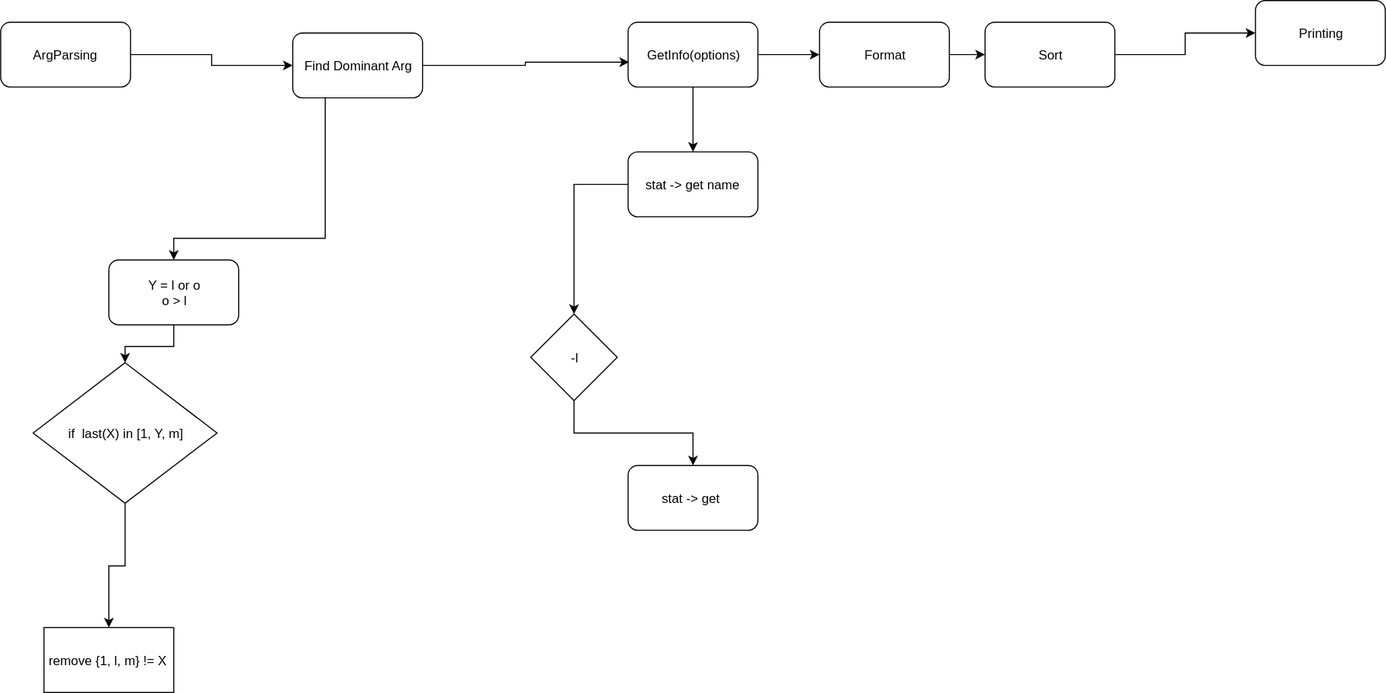
EPgg92/ft_ls keeps this draw.io diagram as workflow.svg. Above is the earlier version. Source tidied: cells renumbered, new cells last; positions are measured from the earlier drawing's top-left corner, leaving out a move shared by most shapes. Source of this version:
```xml
<mxGraphModel>
  <root>
    <mxCell id="0" />
    <mxCell id="1" parent="0" />
    <mxCell id="2" style="edgeStyle=orthogonalEdgeStyle;rounded=0;html=1;jettySize=auto;entryX=0;entryY=0.5;" parent="1" edge="1" source="3" target="14">
      <mxGeometry relative="1" as="geometry" />
    </mxCell>
    <mxCell id="3" value="ArgParsing" style="rounded=1;whiteSpace=wrap;html=1;" parent="1" vertex="1">
      <mxGeometry y="20" width="120" height="60" as="geometry" />
    </mxCell>
    <mxCell id="4" style="edgeStyle=orthogonalEdgeStyle;rounded=0;html=1;jettySize=auto;" parent="1" edge="1" source="6" target="8">
      <mxGeometry relative="1" as="geometry" />
    </mxCell>
    <mxCell id="5" style="edgeStyle=orthogonalEdgeStyle;rounded=0;html=1;jettySize=auto;" parent="1" edge="1" source="6" target="16">
      <mxGeometry relative="1" as="geometry" />
    </mxCell>
    <mxCell id="6" value="GetInfo(options)" style="rounded=1;whiteSpace=wrap;html=1;" parent="1" vertex="1">
      <mxGeometry x="580" y="20" width="120" height="60" as="geometry" />
    </mxCell>
    <mxCell id="7" style="edgeStyle=orthogonalEdgeStyle;rounded=0;html=1;jettySize=auto;" parent="1" edge="1" source="8" target="10">
      <mxGeometry relative="1" as="geometry" />
    </mxCell>
    <mxCell id="8" value="Format" style="rounded=1;whiteSpace=wrap;html=1;" parent="1" vertex="1">
      <mxGeometry x="757" y="20" width="120" height="60" as="geometry" />
    </mxCell>
    <mxCell id="9" style="edgeStyle=orthogonalEdgeStyle;rounded=0;html=1;jettySize=auto;" parent="1" edge="1" source="10" target="11">
      <mxGeometry relative="1" as="geometry" />
    </mxCell>
    <mxCell id="10" value="Sort" style="rounded=1;whiteSpace=wrap;html=1;" parent="1" vertex="1">
      <mxGeometry x="910" y="20" width="120" height="60" as="geometry" />
    </mxCell>
    <mxCell id="11" value="Printing" style="rounded=1;whiteSpace=wrap;html=1;" parent="1" vertex="1">
      <mxGeometry x="1160" width="120" height="60" as="geometry" />
    </mxCell>
    <mxCell id="12" style="edgeStyle=orthogonalEdgeStyle;rounded=0;html=1;jettySize=auto;entryX=0.008;entryY=0.617;entryPerimeter=0;" parent="1" edge="1" source="14" target="6">
      <mxGeometry relative="1" as="geometry" />
    </mxCell>
    <mxCell id="13" style="edgeStyle=orthogonalEdgeStyle;rounded=0;html=1;jettySize=auto;entryX=0.5;entryY=0;" parent="1" edge="1" source="14" target="24">
      <mxGeometry relative="1" as="geometry">
        <Array as="points">
          <mxPoint x="300" y="220" />
        </Array>
      </mxGeometry>
    </mxCell>
    <mxCell id="14" value="Find Dominant Arg" style="rounded=1;whiteSpace=wrap;html=1;" parent="1" vertex="1">
      <mxGeometry x="270" y="30" width="120" height="60" as="geometry" />
    </mxCell>
    <mxCell id="15" style="edgeStyle=orthogonalEdgeStyle;rounded=0;html=1;jettySize=auto;entryX=0.5;entryY=0;" parent="1" edge="1" source="16" target="19">
      <mxGeometry relative="1" as="geometry" />
    </mxCell>
    <mxCell id="16" value="stat -&amp;gt; get name" style="rounded=1;whiteSpace=wrap;html=1;" parent="1" vertex="1">
      <mxGeometry x="580" y="140" width="120" height="60" as="geometry" />
    </mxCell>
    <mxCell id="17" value="stat -&amp;gt; get&amp;nbsp;" style="rounded=1;whiteSpace=wrap;html=1;" parent="1" vertex="1">
      <mxGeometry x="580" y="430" width="120" height="60" as="geometry" />
    </mxCell>
    <mxCell id="18" style="edgeStyle=orthogonalEdgeStyle;rounded=0;html=1;jettySize=auto;exitX=0.5;exitY=1;" parent="1" edge="1" source="19" target="17">
      <mxGeometry relative="1" as="geometry" />
    </mxCell>
    <mxCell id="19" value="-l" style="rhombus;whiteSpace=wrap;html=1;" parent="1" vertex="1">
      <mxGeometry x="490" y="290" width="80" height="80" as="geometry" />
    </mxCell>
    <mxCell id="20" style="edgeStyle=orthogonalEdgeStyle;rounded=0;html=1;jettySize=auto;entryX=0.5;entryY=0;" parent="1" edge="1" source="21" target="22">
      <mxGeometry relative="1" as="geometry" />
    </mxCell>
    <mxCell id="21" value="if&amp;nbsp; last(X) in [1, Y, m]&lt;br&gt;" style="rhombus;whiteSpace=wrap;html=1;" parent="1" vertex="1">
      <mxGeometry x="30" y="335" width="170" height="130" as="geometry" />
    </mxCell>
    <mxCell id="22" value="remove {1, l, m} != X&amp;nbsp;" style="rounded=0;whiteSpace=wrap;html=1;" parent="1" vertex="1">
      <mxGeometry x="40" y="580" width="120" height="60" as="geometry" />
    </mxCell>
    <mxCell id="23" style="edgeStyle=orthogonalEdgeStyle;rounded=0;html=1;jettySize=auto;entryX=0.5;entryY=0;" parent="1" edge="1" source="24" target="21">
      <mxGeometry relative="1" as="geometry" />
    </mxCell>
    <mxCell id="24" value="Y = l or o&lt;br&gt;o &amp;gt; l&lt;br&gt;" style="rounded=1;whiteSpace=wrap;html=1;" parent="1" vertex="1">
      <mxGeometry x="100" y="240" width="120" height="60" as="geometry" />
    </mxCell>
  </root>
</mxGraphModel>
```
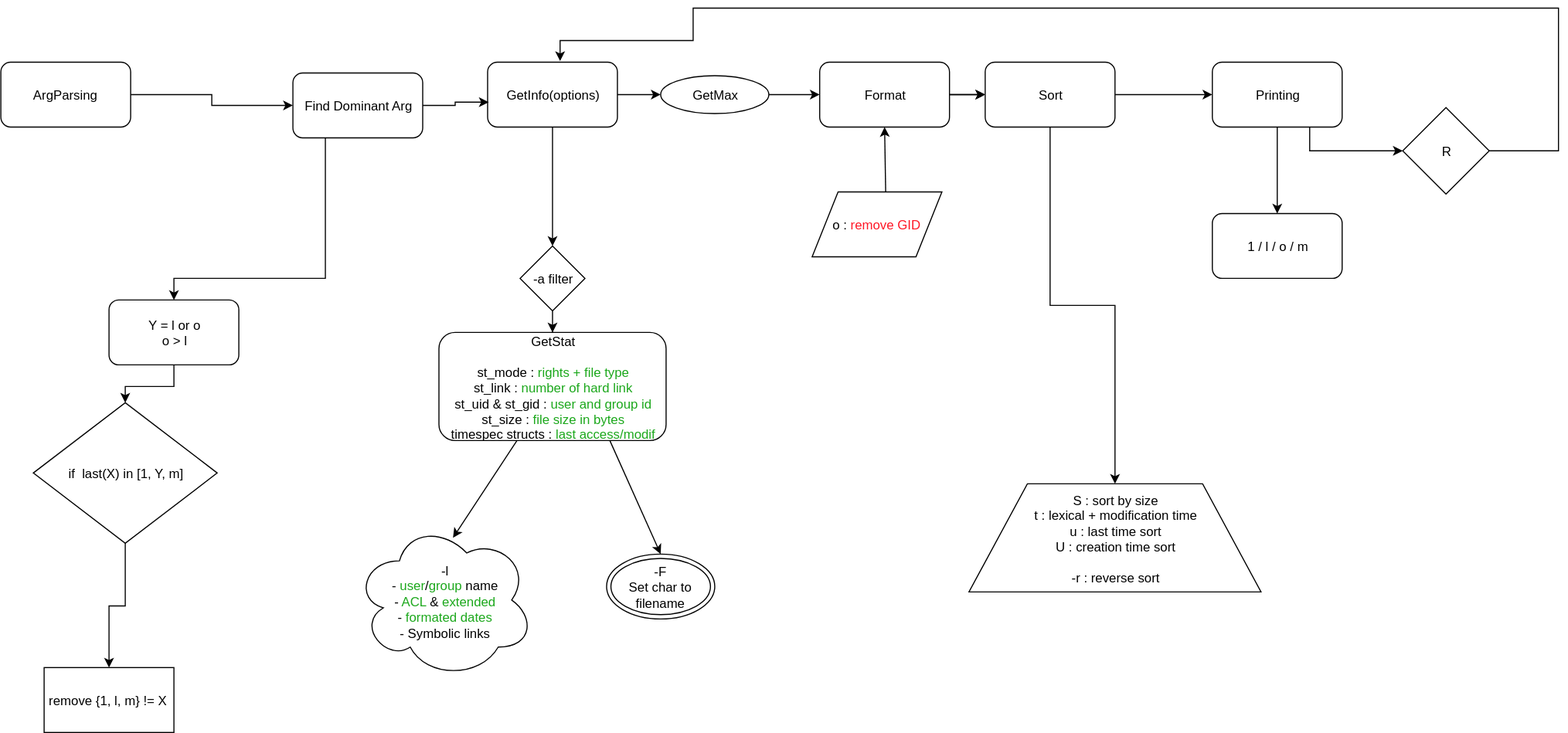
Later version of the same file.

Commit message:
Update workflow, add some step and option in graph

Change to the diagram source:
```diff
@@ -8,30 +8,45 @@
     <mxCell id="3" value="ArgParsing" style="rounded=1;whiteSpace=wrap;html=1;" parent="1" vertex="1">
       <mxGeometry y="20" width="120" height="60" as="geometry" />
     </mxCell>
-    <mxCell id="4" style="edgeStyle=orthogonalEdgeStyle;rounded=0;html=1;jettySize=auto;" parent="1" edge="1" source="6" target="8">
+    <mxCell id="4" style="edgeStyle=orthogonalEdgeStyle;rounded=0;html=1;jettySize=auto;" parent="1" edge="1" source="6" target="39">
       <mxGeometry relative="1" as="geometry" />
     </mxCell>
-    <mxCell id="5" style="edgeStyle=orthogonalEdgeStyle;rounded=0;html=1;jettySize=auto;" parent="1" edge="1" source="6" target="16">
+    <mxCell id="5" style="edgeStyle=orthogonalEdgeStyle;rounded=0;html=1;jettySize=auto;" parent="1" edge="1" source="40" target="16">
       <mxGeometry relative="1" as="geometry" />
     </mxCell>
     <mxCell id="6" value="GetInfo(options)" style="rounded=1;whiteSpace=wrap;html=1;" parent="1" vertex="1">
-      <mxGeometry x="580" y="20" width="120" height="60" as="geometry" />
+      <mxGeometry x="450" y="20" width="120" height="60" as="geometry" />
     </mxCell>
     <mxCell id="7" style="edgeStyle=orthogonalEdgeStyle;rounded=0;html=1;jettySize=auto;" parent="1" edge="1" source="8" target="10">
       <mxGeometry relative="1" as="geometry" />
     </mxCell>
+    <mxCell id="25" style="edgeStyle=orthogonalEdgeStyle;rounded=0;html=1;jettySize=auto;" parent="1" edge="1" source="8" target="10">
+      <mxGeometry relative="1" as="geometry" />
+    </mxCell>
     <mxCell id="8" value="Format" style="rounded=1;whiteSpace=wrap;html=1;" parent="1" vertex="1">
       <mxGeometry x="757" y="20" width="120" height="60" as="geometry" />
     </mxCell>
     <mxCell id="9" style="edgeStyle=orthogonalEdgeStyle;rounded=0;html=1;jettySize=auto;" parent="1" edge="1" source="10" target="11">
       <mxGeometry relative="1" as="geometry" />
     </mxCell>
+    <mxCell id="26" style="edgeStyle=orthogonalEdgeStyle;rounded=0;html=1;jettySize=auto;" parent="1" edge="1" source="10" target="35">
+      <mxGeometry relative="1" as="geometry" />
+    </mxCell>
     <mxCell id="10" value="Sort" style="rounded=1;whiteSpace=wrap;html=1;" parent="1" vertex="1">
       <mxGeometry x="910" y="20" width="120" height="60" as="geometry" />
     </mxCell>
+    <mxCell id="27" style="edgeStyle=orthogonalEdgeStyle;rounded=0;html=1;exitX=0.75;exitY=1;jettySize=auto;" parent="1" edge="1" source="11" target="32">
+      <mxGeometry relative="1" as="geometry" />
+    </mxCell>
+    <mxCell id="28" style="edgeStyle=none;rounded=0;html=1;jettySize=auto;" parent="1" edge="1" source="11" target="29">
+      <mxGeometry relative="1" as="geometry" />
+    </mxCell>
     <mxCell id="11" value="Printing" style="rounded=1;whiteSpace=wrap;html=1;" parent="1" vertex="1">
-      <mxGeometry x="1160" width="120" height="60" as="geometry" />
+      <mxGeometry x="1120" y="20" width="120" height="60" as="geometry" />
     </mxCell>
+    <mxCell id="29" value="1 / l / o / m" style="rounded=1;whiteSpace=wrap;html=1;" parent="1" vertex="1">
+      <mxGeometry x="1120" y="160" width="120" height="60" as="geometry" />
+    </mxCell>
     <mxCell id="12" style="edgeStyle=orthogonalEdgeStyle;rounded=0;html=1;jettySize=auto;entryX=0.008;entryY=0.617;entryPerimeter=0;" parent="1" edge="1" source="14" target="6">
       <mxGeometry relative="1" as="geometry" />
     </mxCell>
@@ -45,21 +60,9 @@
     <mxCell id="14" value="Find Dominant Arg" style="rounded=1;whiteSpace=wrap;html=1;" parent="1" vertex="1">
       <mxGeometry x="270" y="30" width="120" height="60" as="geometry" />
     </mxCell>
-    <mxCell id="15" style="edgeStyle=orthogonalEdgeStyle;rounded=0;html=1;jettySize=auto;entryX=0.5;entryY=0;" parent="1" edge="1" source="16" target="19">
-      <mxGeometry relative="1" as="geometry" />
-    </mxCell>
-    <mxCell id="16" value="stat -&amp;gt; get name" style="rounded=1;whiteSpace=wrap;html=1;" parent="1" vertex="1">
-      <mxGeometry x="580" y="140" width="120" height="60" as="geometry" />
+    <mxCell id="16" value="GetStat&lt;br&gt;&lt;br&gt;st_mode : &lt;font color=&quot;#1ca81c&quot;&gt;rights + file type&lt;/font&gt;&lt;br&gt;st_link : &lt;font color=&quot;#1ca81c&quot;&gt;number of hard link&lt;/font&gt;&lt;br&gt;st_uid &amp;amp; st_gid : &lt;font color=&quot;#1ca81c&quot;&gt;user and group id&lt;/font&gt;&lt;br&gt;st_size : &lt;font color=&quot;#1ca81c&quot;&gt;file size in bytes&lt;/font&gt;&lt;br&gt;timespec structs : &lt;font color=&quot;#1ca81c&quot;&gt;last access/modif&lt;/font&gt;&lt;br&gt;" style="rounded=1;whiteSpace=wrap;html=1;" parent="1" vertex="1">
+      <mxGeometry x="405" y="270" width="210" height="100" as="geometry" />
     </mxCell>
-    <mxCell id="17" value="stat -&amp;gt; get&amp;nbsp;" style="rounded=1;whiteSpace=wrap;html=1;" parent="1" vertex="1">
-      <mxGeometry x="580" y="430" width="120" height="60" as="geometry" />
-    </mxCell>
-    <mxCell id="18" style="edgeStyle=orthogonalEdgeStyle;rounded=0;html=1;jettySize=auto;exitX=0.5;exitY=1;" parent="1" edge="1" source="19" target="17">
-      <mxGeometry relative="1" as="geometry" />
-    </mxCell>
-    <mxCell id="19" value="-l" style="rhombus;whiteSpace=wrap;html=1;" parent="1" vertex="1">
-      <mxGeometry x="490" y="290" width="80" height="80" as="geometry" />
-    </mxCell>
     <mxCell id="20" style="edgeStyle=orthogonalEdgeStyle;rounded=0;html=1;jettySize=auto;entryX=0.5;entryY=0;" parent="1" edge="1" source="21" target="22">
       <mxGeometry relative="1" as="geometry" />
     </mxCell>
@@ -75,5 +78,55 @@
     <mxCell id="24" value="Y = l or o&lt;br&gt;o &amp;gt; l&lt;br&gt;" style="rounded=1;whiteSpace=wrap;html=1;" parent="1" vertex="1">
       <mxGeometry x="100" y="240" width="120" height="60" as="geometry" />
     </mxCell>
+    <mxCell id="30" value="&lt;br&gt;&lt;br&gt;" style="text;html=1;align=left;verticalAlign=top;spacingTop=-4;" parent="1" vertex="1">
+      <mxGeometry x="1276" y="112" width="20" height="30" as="geometry" />
+    </mxCell>
+    <mxCell id="31" style="edgeStyle=orthogonalEdgeStyle;rounded=0;html=1;jettySize=auto;entryX=0.558;entryY=-0.017;entryPerimeter=0;exitX=1;exitY=0.5;" parent="1" edge="1" source="32" target="6">
+      <mxGeometry relative="1" as="geometry">
+        <Array as="points">
+          <mxPoint x="1440" y="102" />
+          <mxPoint x="1440" y="-30" />
+          <mxPoint x="640" y="-30" />
+          <mxPoint x="640" />
+          <mxPoint x="517" />
+        </Array>
+      </mxGeometry>
+    </mxCell>
+    <mxCell id="32" value="R&lt;br&gt;" style="rhombus;whiteSpace=wrap;html=1;" parent="1" vertex="1">
+      <mxGeometry x="1296" y="62" width="80" height="80" as="geometry" />
+    </mxCell>
+    <mxCell id="33" style="edgeStyle=none;rounded=0;html=1;jettySize=auto;entryX=0.548;entryY=0.1;entryPerimeter=0;" parent="1" edge="1" source="16" target="34">
+      <mxGeometry relative="1" as="geometry" />
+    </mxCell>
+    <mxCell id="34" value="-l&lt;br&gt;- &lt;font color=&quot;#1ca81c&quot;&gt;user&lt;/font&gt;/&lt;font color=&quot;#1ca81c&quot;&gt;group&lt;/font&gt; name&lt;br&gt;- &lt;font color=&quot;#1ca81c&quot;&gt;ACL&lt;/font&gt; &amp;amp;&lt;font color=&quot;#1ca81c&quot;&gt; extended&lt;/font&gt;&lt;br&gt;- &lt;font color=&quot;#1ca81c&quot;&gt;formated dates&lt;br&gt;&lt;/font&gt;- Symbolic links&lt;br&gt;" style="ellipse;shape=cloud;whiteSpace=wrap;html=1;" parent="1" vertex="1">
+      <mxGeometry x="327" y="445" width="166" height="145" as="geometry" />
+    </mxCell>
+    <mxCell id="35" value="S : sort by size&lt;br&gt;t : lexical + modification time&lt;br&gt;u : last time sort&lt;br&gt;U : creation time sort&lt;br&gt;&lt;br&gt;-r : reverse sort&lt;br&gt;" style="shape=trapezoid;perimeter=trapezoidPerimeter;whiteSpace=wrap;html=1;" parent="1" vertex="1">
+      <mxGeometry x="895" y="410" width="270" height="100" as="geometry" />
+    </mxCell>
+    <mxCell id="36" value="o :&lt;font color=&quot;#ff1726&quot;&gt; remove GID&lt;/font&gt;" style="shape=parallelogram;perimeter=parallelogramPerimeter;whiteSpace=wrap;html=1;" parent="1" vertex="1">
+      <mxGeometry x="750" y="140" width="120" height="60" as="geometry" />
+    </mxCell>
+    <mxCell id="37" style="endArrow=classic;html=1;entryX=0.5;entryY=1;exitX=0.567;exitY=0;exitPerimeter=0;" parent="1" edge="1" source="36" target="8">
+      <mxGeometry relative="1" as="geometry" />
+    </mxCell>
+    <mxCell id="38" style="edgeStyle=none;rounded=0;html=1;entryX=0;entryY=0.5;jettySize=auto;" parent="1" edge="1" source="39" target="8">
+      <mxGeometry relative="1" as="geometry" />
+    </mxCell>
+    <mxCell id="39" value="GetMax" style="ellipse;whiteSpace=wrap;html=1;" parent="1" vertex="1">
+      <mxGeometry x="610" y="32.5" width="100" height="35" as="geometry" />
+    </mxCell>
+    <mxCell id="40" value="-a filter" style="rhombus;whiteSpace=wrap;html=1;" parent="1" vertex="1">
+      <mxGeometry x="480" y="190" width="60" height="60" as="geometry" />
+    </mxCell>
+    <mxCell id="41" style="edgeStyle=orthogonalEdgeStyle;rounded=0;html=1;jettySize=auto;" parent="1" edge="1" source="6" target="40">
+      <mxGeometry relative="1" as="geometry" />
+    </mxCell>
+    <mxCell id="42" style="edgeStyle=none;rounded=0;html=1;jettySize=auto;exitX=0.75;exitY=1;entryX=0.5;entryY=0;" parent="1" edge="1" source="16" target="43">
+      <mxGeometry relative="1" as="geometry" />
+    </mxCell>
+    <mxCell id="43" value="-F&lt;br&gt;Set char to filename&lt;br&gt;" style="ellipse;shape=doubleEllipse;whiteSpace=wrap;html=1;" parent="1" vertex="1">
+      <mxGeometry x="560" y="474.5" width="100" height="60" as="geometry" />
+    </mxCell>
   </root>
 </mxGraphModel>
```
